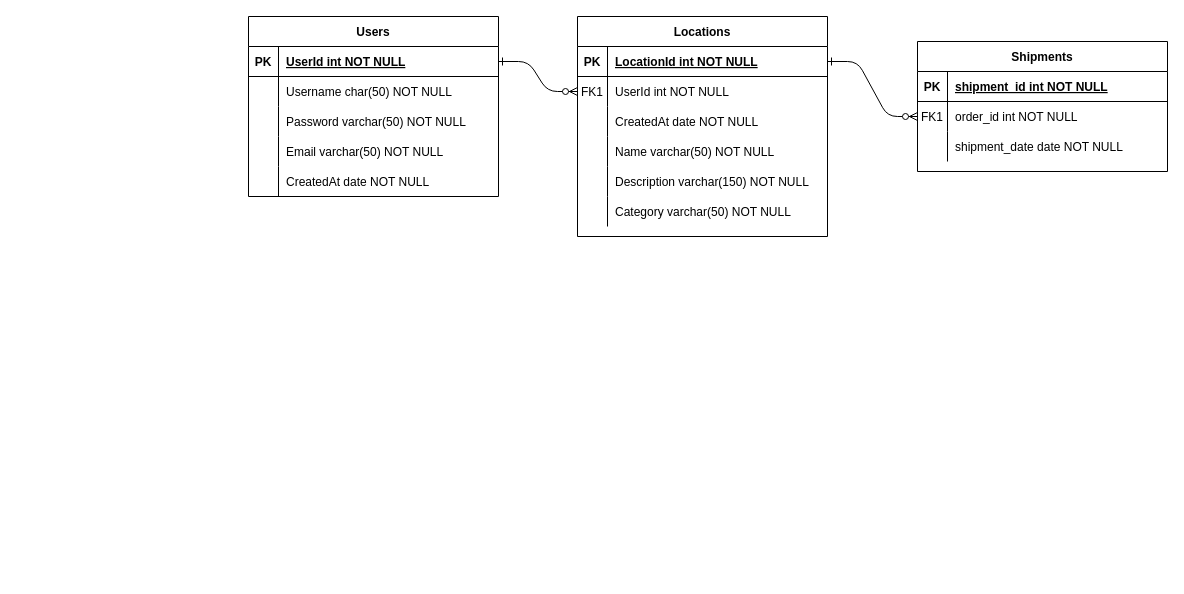
The draw.io diagram LocalGuideApp.drawio in bhargav1997/Local-Guide-App-MVP, before the edit. Source tidied: cells renumbered, new cells numbered last; positions are measured from the earlier drawing's top-left corner, leaving out a move shared by most shapes. Both pictures are drawn from the tidied source at 100%, with x=0, y=0 at pixel (247, 16).
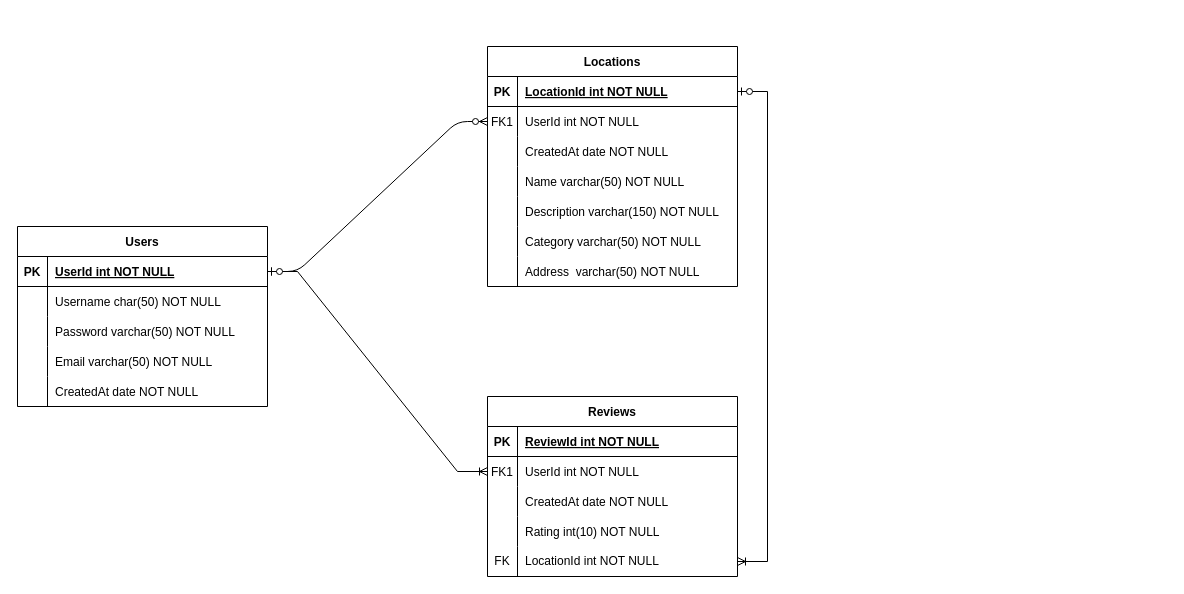
Above is the later version.

Unchanged cells that the change refers to:
```xml
<mxCell id="5" style="shape=partialRectangle;fillColor=none;points=[[0,0.5],[1,0.5]];portConstraint=eastwest;top=0;left=0;right=0;bottom=1;" parent="4" vertex="1">
  <mxGeometry y="30" width="250" height="30" as="geometry" />
</mxCell>
```

Change to the diagram source:
```diff
@@
-    <mxCell id="3" style="edgeStyle=entityRelationEdgeStyle;endArrow=ERzeroToMany;startArrow=ERone;endFill=1;startFill=0;" parent="1" edge="1" source="5" target="27">
-      <mxGeometry relative="1" as="geometry" />
-    </mxCell>
     <mxCell id="4" value="Locations" style="shape=table;startSize=30;childLayout=tableLayout;rowLines=0;fontStyle=1;align=center;" parent="1" vertex="1">
-      <mxGeometry x="330" width="250" height="220" as="geometry" />
+      <mxGeometry x="240" y="30" width="250" height="240" as="geometry" />
     </mxCell>
@@
-    <mxCell id="23" value="Shipments" style="shape=table;startSize=30;childLayout=tableLayout;rowLines=0;fontStyle=1;align=center;" parent="1" vertex="1">
-      <mxGeometry x="670" y="25" width="250" height="130" as="geometry" />
-    </mxCell>
-    <mxCell id="24" style="shape=partialRectangle;fillColor=none;top=0;left=0;right=0;bottom=1;" parent="23" vertex="1">
-      <mxGeometry y="30" width="250" height="30" as="geometry" />
-    </mxCell>
-    <mxCell id="25" value="PK" style="shape=partialRectangle;overflow=hidden;fillColor=none;top=0;left=0;bottom=0;right=0;fontStyle=1;" parent="24" vertex="1">
-      <mxGeometry width="30" height="30" as="geometry" />
-    </mxCell>
-    <mxCell id="26" value="shipment_id int NOT NULL " style="shape=partialRectangle;overflow=hidden;fillColor=none;top=0;left=0;bottom=0;right=0;align=left;spacingLeft=6;fontStyle=5;" parent="24" vertex="1">
-      <mxGeometry x="30" width="220" height="30" as="geometry" />
-    </mxCell>
-    <mxCell id="27" style="shape=partialRectangle;fillColor=none;points=[[0,0.5],[1,0.5]];portConstraint=eastwest;top=0;left=0;right=0;bottom=0;" parent="23" vertex="1">
-      <mxGeometry y="60" width="250" height="30" as="geometry" />
-    </mxCell>
-    <mxCell id="28" value="FK1" style="shape=partialRectangle;overflow=hidden;fillColor=none;top=0;left=0;bottom=0;right=0;" parent="27" vertex="1">
-      <mxGeometry width="30" height="30" as="geometry" />
-    </mxCell>
-    <mxCell id="29" value="order_id int NOT NULL" style="shape=partialRectangle;overflow=hidden;fillColor=none;top=0;left=0;bottom=0;right=0;align=left;spacingLeft=6;" parent="27" vertex="1">
-      <mxGeometry x="30" width="220" height="30" as="geometry" />
-    </mxCell>
-    <mxCell id="30" style="shape=partialRectangle;fillColor=none;top=0;left=0;right=0;bottom=0;" parent="23" vertex="1">
-      <mxGeometry y="90" width="250" height="30" as="geometry" />
-    </mxCell>
-    <mxCell id="31" style="shape=partialRectangle;overflow=hidden;fillColor=none;top=0;left=0;bottom=0;right=0;" parent="30" vertex="1">
-      <mxGeometry width="30" height="30" as="geometry" />
-    </mxCell>
-    <mxCell id="32" value="shipment_date date NOT NULL" style="shape=partialRectangle;overflow=hidden;fillColor=none;top=0;left=0;bottom=0;right=0;align=left;spacingLeft=6;" parent="30" vertex="1">
-      <mxGeometry x="30" width="220" height="30" as="geometry" />
-    </mxCell>
+    <mxCell id="50" style="shape=tableRow;horizontal=0;startSize=0;swimlaneHead=0;swimlaneBody=0;fillColor=none;top=0;left=0;right=0;bottom=0;" parent="4" vertex="1">
+      <mxGeometry y="210" width="250" height="30" as="geometry" />
+    </mxCell>
+    <mxCell id="51" style="shape=partialRectangle;fillColor=none;top=0;left=0;bottom=0;right=0;overflow=hidden;" parent="50" vertex="1">
+      <mxGeometry width="30" height="30" as="geometry" />
+    </mxCell>
+    <mxCell id="52" value="Address  varchar(50) NOT NULL" style="shape=partialRectangle;fillColor=none;top=0;left=0;bottom=0;right=0;align=left;spacingLeft=6;overflow=hidden;" parent="50" vertex="1">
+      <mxGeometry x="30" width="220" height="30" as="geometry" />
+    </mxCell>
     <mxCell id="33" value="Users" style="shape=table;startSize=30;childLayout=tableLayout;rowLines=0;fontStyle=1;align=center;" parent="1" vertex="1">
-      <mxGeometry x="1" width="250" height="180" as="geometry" />
+      <mxGeometry x="-230" y="210" width="250" height="180" as="geometry" />
     </mxCell>
@@
+    <mxCell id="53" value="Reviews" style="shape=table;startSize=30;childLayout=tableLayout;rowLines=0;fontStyle=1;align=center;" parent="1" vertex="1">
+      <mxGeometry x="240" y="380" width="250" height="180" as="geometry" />
+    </mxCell>
+    <mxCell id="24" style="shape=partialRectangle;fillColor=none;top=0;left=0;right=0;bottom=1;" parent="53" vertex="1">
+      <mxGeometry y="30" width="250" height="30" as="geometry" />
+    </mxCell>
+    <mxCell id="25" value="PK" style="shape=partialRectangle;overflow=hidden;fillColor=none;top=0;left=0;bottom=0;right=0;fontStyle=1;" parent="24" vertex="1">
+      <mxGeometry width="30" height="30" as="geometry" />
+    </mxCell>
+    <mxCell id="54" value="ReviewId int NOT NULL " style="shape=partialRectangle;overflow=hidden;fillColor=none;top=0;left=0;bottom=0;right=0;align=left;spacingLeft=6;fontStyle=5;" parent="24" vertex="1">
+      <mxGeometry x="30" width="220" height="30" as="geometry" />
+    </mxCell>
+    <mxCell id="27" style="shape=partialRectangle;fillColor=none;points=[[0,0.5],[1,0.5]];portConstraint=eastwest;top=0;left=0;right=0;bottom=0;" parent="53" vertex="1">
+      <mxGeometry y="60" width="250" height="30" as="geometry" />
+    </mxCell>
+    <mxCell id="28" value="FK1" style="shape=partialRectangle;overflow=hidden;fillColor=none;top=0;left=0;bottom=0;right=0;" parent="27" vertex="1">
+      <mxGeometry width="30" height="30" as="geometry" />
+    </mxCell>
+    <mxCell id="55" value="UserId int NOT NULL" style="shape=partialRectangle;overflow=hidden;fillColor=none;top=0;left=0;bottom=0;right=0;align=left;spacingLeft=6;" parent="27" vertex="1">
+      <mxGeometry x="30" width="220" height="30" as="geometry" />
+    </mxCell>
+    <mxCell id="30" style="shape=partialRectangle;fillColor=none;top=0;left=0;right=0;bottom=0;" parent="53" vertex="1">
+      <mxGeometry y="90" width="250" height="30" as="geometry" />
+    </mxCell>
+    <mxCell id="31" style="shape=partialRectangle;overflow=hidden;fillColor=none;top=0;left=0;bottom=0;right=0;" parent="30" vertex="1">
+      <mxGeometry width="30" height="30" as="geometry" />
+    </mxCell>
+    <mxCell id="56" value="CreatedAt date NOT NULL" style="shape=partialRectangle;overflow=hidden;fillColor=none;top=0;left=0;bottom=0;right=0;align=left;spacingLeft=6;" parent="30" vertex="1">
+      <mxGeometry x="30" width="220" height="30" as="geometry" />
+    </mxCell>
+    <mxCell id="57" style="shape=tableRow;horizontal=0;startSize=0;swimlaneHead=0;swimlaneBody=0;fillColor=none;top=0;left=0;right=0;bottom=0;" parent="53" vertex="1">
+      <mxGeometry y="120" width="250" height="30" as="geometry" />
+    </mxCell>
+    <mxCell id="58" style="shape=partialRectangle;fillColor=none;top=0;left=0;bottom=0;right=0;overflow=hidden;" parent="57" vertex="1">
+      <mxGeometry width="30" height="30" as="geometry" />
+    </mxCell>
+    <mxCell id="59" value="Rating int(10) NOT NULL" style="shape=partialRectangle;fillColor=none;top=0;left=0;bottom=0;right=0;align=left;spacingLeft=6;overflow=hidden;" parent="57" vertex="1">
+      <mxGeometry x="30" width="220" height="30" as="geometry" />
+    </mxCell>
+    <mxCell id="60" style="shape=tableRow;horizontal=0;startSize=0;swimlaneHead=0;swimlaneBody=0;fillColor=none;points=[[0,0.5],[1,0.5]];portConstraint=eastwest;top=0;left=0;right=0;bottom=0;" parent="53" vertex="1">
+      <mxGeometry y="150" width="250" height="30" as="geometry" />
+    </mxCell>
+    <mxCell id="61" value="FK" style="shape=partialRectangle;fillColor=none;top=0;left=0;bottom=0;right=0;fontStyle=0;overflow=hidden;whiteSpace=wrap;html=1;" parent="60" vertex="1">
+      <mxGeometry width="30" height="30" as="geometry" />
+    </mxCell>
+    <mxCell id="62" value="LocationId int NOT NULL" style="shape=partialRectangle;fillColor=none;top=0;left=0;bottom=0;right=0;align=left;spacingLeft=6;fontStyle=0;overflow=hidden;whiteSpace=wrap;html=1;" parent="60" vertex="1">
+      <mxGeometry x="30" width="220" height="30" as="geometry" />
+    </mxCell>
+    <mxCell id="63" style="edgeStyle=entityRelationEdgeStyle;fontSize=12;html=1;endArrow=ERoneToMany;startArrow=ERzeroToOne;rounded=0;exitX=1;exitY=0.5;exitDx=0;exitDy=0;entryX=1;entryY=0.5;entryDx=0;entryDy=0;" parent="1" edge="1" source="5" target="60">
+      <mxGeometry relative="1" as="geometry">
+        <Array as="points">
+          <mxPoint x="610" y="70" />
+          <mxPoint x="660" y="260" />
+          <mxPoint x="580" y="250" />
+          <mxPoint x="530" y="270" />
+          <mxPoint x="552" y="260" />
+        </Array>
+      </mxGeometry>
+    </mxCell>
+    <mxCell id="64" style="edgeStyle=entityRelationEdgeStyle;fontSize=12;html=1;endArrow=ERoneToMany;startArrow=ERzeroToOne;rounded=0;entryX=0;entryY=0.5;entryDx=0;entryDy=0;" parent="1" edge="1" target="27">
+      <mxGeometry relative="1" as="geometry">
+        <mxPoint x="20" y="255" as="sourcePoint" />
+        <Array as="points">
+          <mxPoint y="180" />
+          <mxPoint y="225" />
+          <mxPoint x="80" y="175" />
+          <mxPoint x="-20" y="370" />
+        </Array>
+      </mxGeometry>
+    </mxCell>
```
